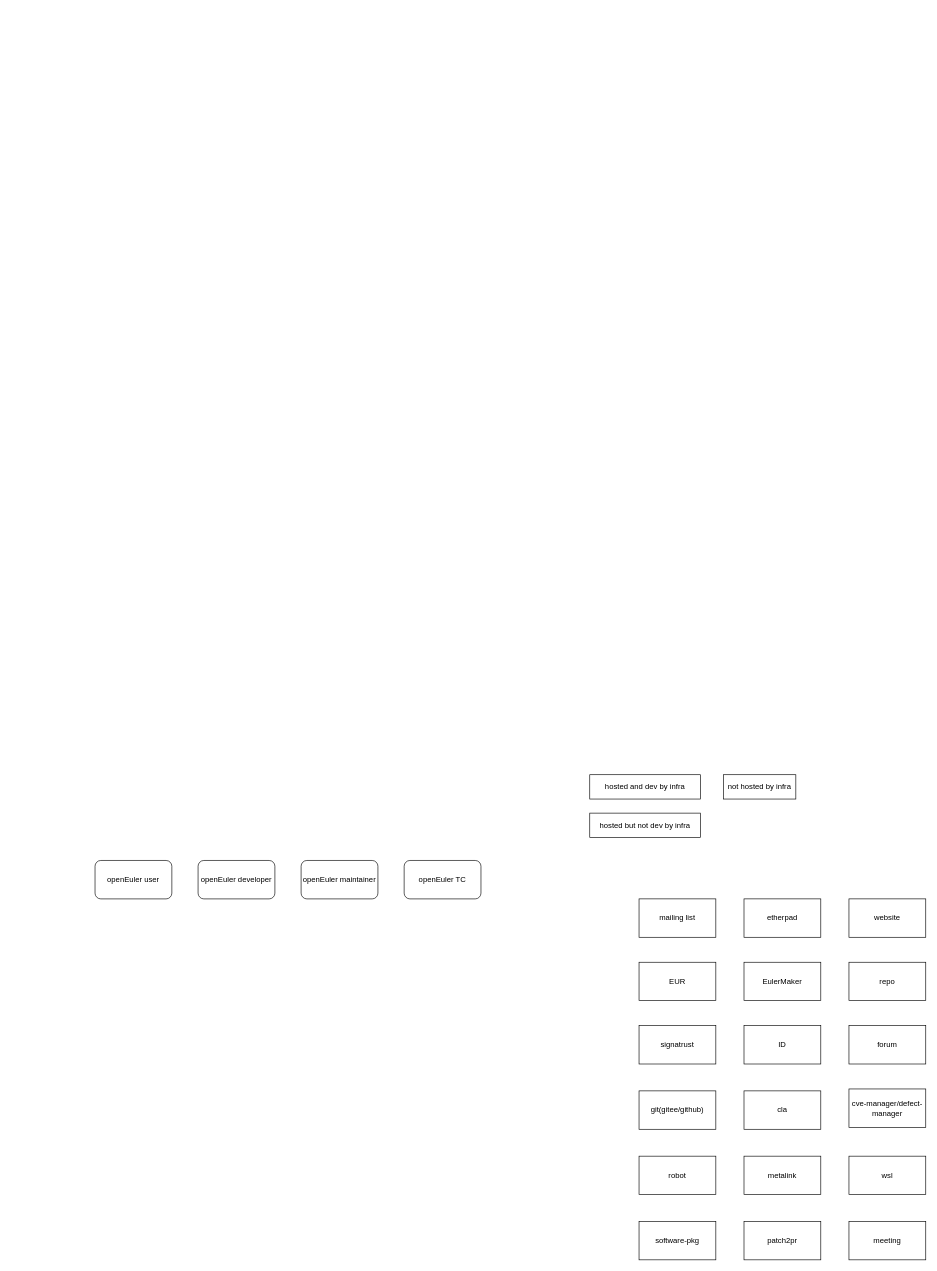
The draw.io diagram openEuler-基础设施.drawio in pkking/mydrawio, before the edit. Source tidied: cells renumbered, new cells numbered last; positions are measured from the earlier drawing's top-left corner, leaving out a move shared by most shapes. Both pictures are drawn from the tidied source at 64%, with x=0, y=0 at pixel (95, 774).
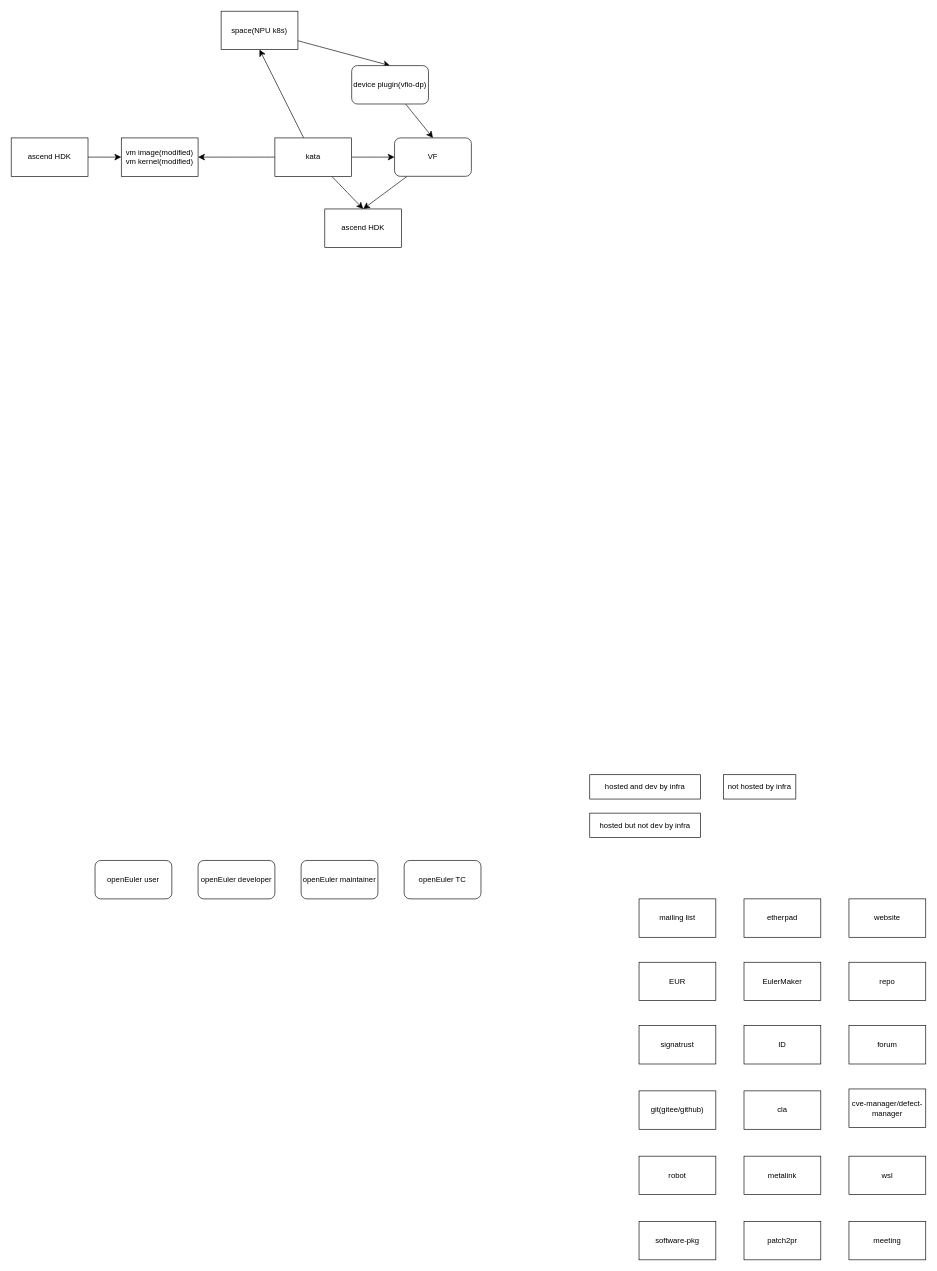
After the change.

Commit message:
更新openEuler-基础设施.drawio

The edit, as a diff of the source:
```diff
@@
+    <mxCell id="28" style="edgeStyle=none;curved=1;rounded=0;jettySize=auto;html=1;entryX=0.5;entryY=1;entryDx=0;entryDy=0;fontSize=12;startSize=8;endSize=8;" parent="1" edge="1" source="32" target="35">
+      <mxGeometry relative="1" as="geometry" />
+    </mxCell>
+    <mxCell id="29" style="edgeStyle=none;curved=1;rounded=0;jettySize=auto;html=1;entryX=0;entryY=0.5;entryDx=0;entryDy=0;fontSize=12;startSize=8;endSize=8;" parent="1" edge="1" source="32" target="37">
+      <mxGeometry relative="1" as="geometry" />
+    </mxCell>
+    <mxCell id="30" style="edgeStyle=none;curved=1;rounded=0;jettySize=auto;html=1;entryX=0.5;entryY=0;entryDx=0;entryDy=0;fontSize=12;startSize=8;endSize=8;" parent="1" edge="1" source="32" target="33">
+      <mxGeometry relative="1" as="geometry" />
+    </mxCell>
+    <mxCell id="31" style="edgeStyle=none;curved=1;rounded=0;jettySize=auto;html=1;fontSize=12;startSize=8;endSize=8;" parent="1" edge="1" source="32" target="40">
+      <mxGeometry relative="1" as="geometry" />
+    </mxCell>
+    <mxCell id="32" value="kata" style="rounded=0;whiteSpace=wrap;html=1;" parent="1" vertex="1">
+      <mxGeometry x="281" y="-995" width="120" height="60" as="geometry" />
+    </mxCell>
+    <mxCell id="33" value="ascend HDK" style="rounded=0;whiteSpace=wrap;html=1;" parent="1" vertex="1">
+      <mxGeometry x="359" y="-884" width="120" height="60" as="geometry" />
+    </mxCell>
+    <mxCell id="34" style="edgeStyle=none;curved=1;rounded=0;jettySize=auto;html=1;entryX=0.5;entryY=0;entryDx=0;entryDy=0;fontSize=12;startSize=8;endSize=8;" parent="1" edge="1" source="35" target="39">
+      <mxGeometry relative="1" as="geometry" />
+    </mxCell>
+    <mxCell id="35" value="space(NPU k8s)" style="rounded=0;whiteSpace=wrap;html=1;" parent="1" vertex="1">
+      <mxGeometry x="197" y="-1193" width="120" height="60" as="geometry" />
+    </mxCell>
+    <mxCell id="36" style="edgeStyle=none;curved=1;rounded=0;jettySize=auto;html=1;entryX=0.5;entryY=0;entryDx=0;entryDy=0;fontSize=12;startSize=8;endSize=8;" parent="1" edge="1" source="37" target="33">
+      <mxGeometry relative="1" as="geometry" />
+    </mxCell>
+    <mxCell id="37" value="VF" style="rounded=1;whiteSpace=wrap;html=1;" parent="1" vertex="1">
+      <mxGeometry x="468" y="-995" width="120" height="60" as="geometry" />
+    </mxCell>
+    <mxCell id="38" style="edgeStyle=none;curved=1;rounded=0;jettySize=auto;html=1;entryX=0.5;entryY=0;entryDx=0;entryDy=0;fontSize=12;startSize=8;endSize=8;" parent="1" edge="1" source="39" target="37">
+      <mxGeometry relative="1" as="geometry" />
+    </mxCell>
+    <mxCell id="39" value="device plugin(vfio-dp)" style="rounded=1;whiteSpace=wrap;html=1;" parent="1" vertex="1">
+      <mxGeometry x="401" y="-1108" width="120" height="60" as="geometry" />
+    </mxCell>
+    <mxCell id="40" value="vm image(modified)&lt;div&gt;vm kernel(modified)&lt;/div&gt;" style="whiteSpace=wrap;html=1;rounded=0;" parent="1" vertex="1">
+      <mxGeometry x="41" y="-995" width="120" height="60" as="geometry" />
+    </mxCell>
+    <mxCell id="41" style="edgeStyle=none;curved=1;rounded=0;jettySize=auto;html=1;entryX=0;entryY=0.5;entryDx=0;entryDy=0;fontSize=12;startSize=8;endSize=8;" parent="1" edge="1" source="42" target="40">
+      <mxGeometry relative="1" as="geometry" />
+    </mxCell>
+    <mxCell id="42" value="ascend HDK" style="rounded=0;whiteSpace=wrap;html=1;" parent="1" vertex="1">
+      <mxGeometry x="-131" y="-995" width="120" height="60" as="geometry" />
+    </mxCell>
```
